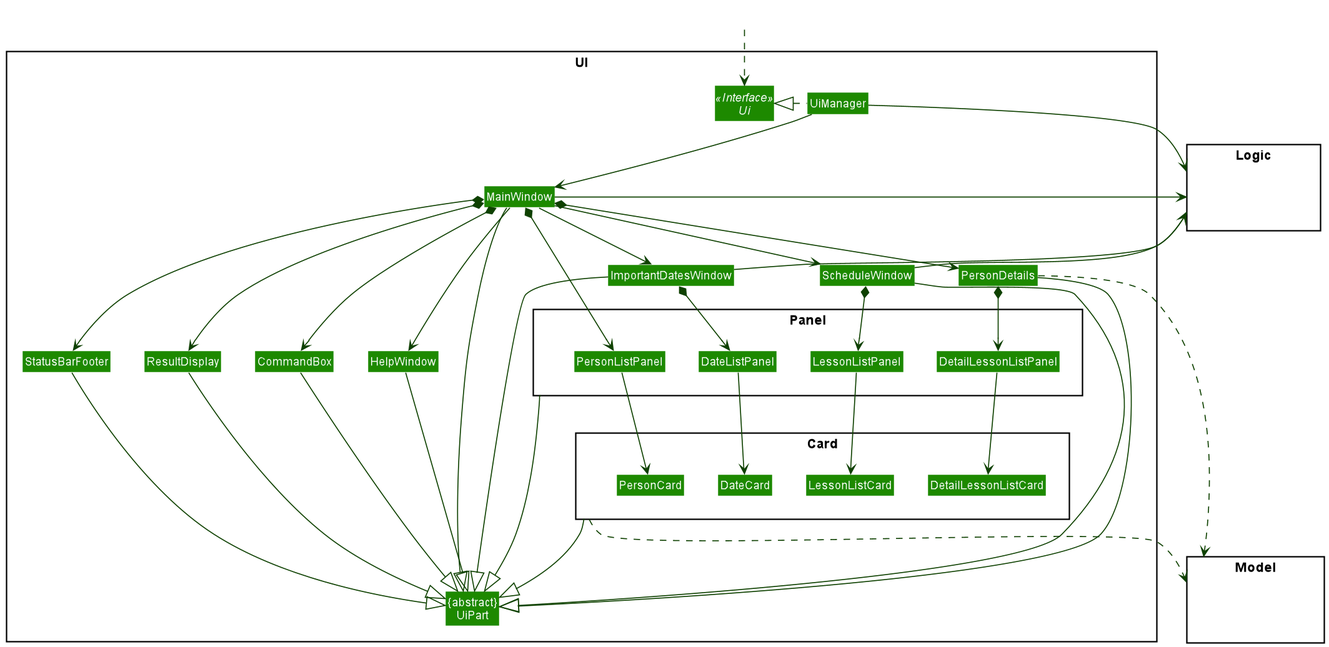
Above: docs/images/UiClassDiagram.png in nus-cs2103-AY2021S2/tp (PlantUML), before the change.
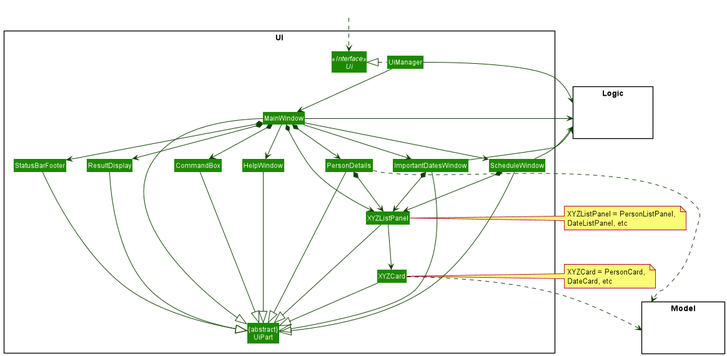
Later version of the same file.

Commit message:
Update UI class diagram

What changed in the source:
```diff
@@ -17,19 +17,9 @@
 Class ImportantDatesWindow
 Class ScheduleWindow
 
-package Panel <<Rectangle>> {
-Class DateListPanel
-Class DetailLessonListPanel
-Class LessonListPanel
-Class PersonListPanel
-}
+Class XYZListPanel
 
-package Card <<Rectangle>> {
-class DateCard
-class DetailLessonListCard
-class LessonListCard
-Class PersonCard
-}
+Class XYZCard
 }
 
 package Model <<Rectangle>> {
@@ -49,19 +39,16 @@
 MainWindow --> HelpWindow
 MainWindow *-down-> CommandBox
 MainWindow *-down-> ResultDisplay
-MainWindow *-down-> PersonListPanel
+MainWindow *-down-> XYZListPanel
 MainWindow *-down-> PersonDetails
 MainWindow *-down-> StatusBarFooter
 MainWindow --> ImportantDatesWindow
 MainWindow --> ScheduleWindow
-ImportantDatesWindow *-down-> DateListPanel
-PersonDetails *-down-> DetailLessonListPanel
-ScheduleWindow *-down-> LessonListPanel
+ImportantDatesWindow *-down-> XYZListPanel
+PersonDetails *-down-> XYZListPanel
+ScheduleWindow *-down-> XYZListPanel
 
-PersonListPanel -down-> PersonCard
-DateListPanel -down-> DateCard
-DetailLessonListPanel -down-> DetailLessonListCard
-LessonListPanel -down-> LessonListCard
+XYZListPanel -down-> XYZCard
 
 MainWindow -down-|> UiPart
 
@@ -72,28 +59,25 @@
 HelpWindow -down-|> UiPart
 ImportantDatesWindow -down-|> UiPart
 ScheduleWindow -down-|> UiPart
-Panel--|> UiPart
-Card --|> UiPart
+XYZListPanel--|> UiPart
+XYZCard --|> UiPart
 
 
-Card ..> Model
+XYZCard ..> Model
 PersonDetails ..> Model
 UiManager -right-> Logic
 MainWindow -right-> Logic
 ImportantDatesWindow -right-> Logic
 ScheduleWindow -up-> Logic
 
-PersonDetails -[hidden]left- ScheduleWindow
 ScheduleWindow -[hidden]left- ImportantDatesWindow
-ImportantDatesWindow -[hidden]left- PersonListPanel
-PersonListPanel -[hidden]left- HelpWindow
+ImportantDatesWindow -[hidden]left- HelpWindow
 HelpWindow -[hidden]left- CommandBox
 CommandBox -[hidden]left- ResultDisplay
 ResultDisplay -[hidden]left- StatusBarFooter
+note right of XYZListPanel: XYZListPanel = PersonListPanel, \nDateListPanel, etc
+note right of XYZCard: XYZCard = PersonCard, \nDateCard, etc
 
-PersonCard -[hidden]right- DateCard
-DateCard -[hidden]right- LessonListCard
-DateListPanel -[hidden]right- LessonListPanel
 
 MainWindow -[hidden]-|> UiPart
 @enduml
```
